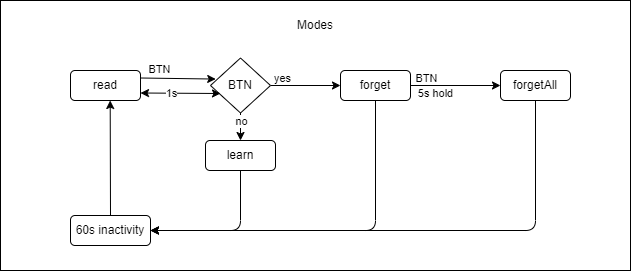
This is button.drawio.png from imanlangarann/rf-control-monitor, a draw.io export, as it was before one commit. Source tidied: cells renumbered, new cells last; positions are measured from the earlier drawing's top-left corner, leaving out a move shared by most shapes. Its diagram source:
```xml
<mxGraphModel>
  <root>
    <mxCell id="0" />
    <mxCell id="1" parent="0" />
    <mxCell id="2" style="rounded=0;whiteSpace=wrap;html=1;" parent="1" vertex="1">
      <mxGeometry width="630" height="270" as="geometry" />
    </mxCell>
    <mxCell id="3" style="edgeStyle=none;html=1;exitX=1;exitY=0.25;exitDx=0;exitDy=0;entryX=0.087;entryY=0.383;entryDx=0;entryDy=0;entryPerimeter=0;" parent="1" edge="1" source="5" target="11">
      <mxGeometry relative="1" as="geometry" />
    </mxCell>
    <mxCell id="4" value="BTN" style="edgeLabel;html=1;align=center;verticalAlign=middle;" parent="3" vertex="1">
      <mxGeometry x="-0.35" y="-1" relative="1" as="geometry">
        <mxPoint x="-5" y="-10" as="offset" />
      </mxGeometry>
    </mxCell>
    <mxCell id="5" value="read" style="rounded=1;whiteSpace=wrap;html=1;" parent="1" vertex="1">
      <mxGeometry x="70" y="70" width="70" height="30" as="geometry" />
    </mxCell>
    <mxCell id="6" value="Modes" style="text;html=1;strokeColor=none;fillColor=none;align=center;verticalAlign=middle;whiteSpace=wrap;rounded=0;" parent="1" vertex="1">
      <mxGeometry x="280" y="10" width="70" height="30" as="geometry" />
    </mxCell>
    <mxCell id="7" style="edgeStyle=none;html=1;exitX=1;exitY=0.5;exitDx=0;exitDy=0;" parent="1" edge="1" source="11" target="18">
      <mxGeometry relative="1" as="geometry" />
    </mxCell>
    <mxCell id="8" value="yes" style="edgeLabel;html=1;align=center;verticalAlign=middle;" parent="7" vertex="1">
      <mxGeometry x="-0.54" y="2" relative="1" as="geometry">
        <mxPoint x="-5" y="-6" as="offset" />
      </mxGeometry>
    </mxCell>
    <mxCell id="9" style="edgeStyle=none;html=1;exitX=0.5;exitY=1;exitDx=0;exitDy=0;entryX=0.5;entryY=0;entryDx=0;entryDy=0;" parent="1" edge="1" source="11" target="13">
      <mxGeometry relative="1" as="geometry" />
    </mxCell>
    <mxCell id="10" value="no" style="edgeLabel;html=1;align=center;verticalAlign=middle;" parent="9" vertex="1">
      <mxGeometry x="-0.62" y="3" relative="1" as="geometry">
        <mxPoint x="-3" y="3" as="offset" />
      </mxGeometry>
    </mxCell>
    <mxCell id="11" value="BTN" style="rhombus;whiteSpace=wrap;html=1;" parent="1" vertex="1">
      <mxGeometry x="210" y="57.5" width="60" height="55" as="geometry" />
    </mxCell>
    <mxCell id="12" style="edgeStyle=none;html=1;exitX=0.5;exitY=1;exitDx=0;exitDy=0;entryX=1;entryY=0.5;entryDx=0;entryDy=0;" parent="1" edge="1" source="13" target="22">
      <mxGeometry relative="1" as="geometry">
        <Array as="points">
          <mxPoint x="240" y="230" />
        </Array>
      </mxGeometry>
    </mxCell>
    <mxCell id="13" value="learn" style="rounded=1;whiteSpace=wrap;html=1;" parent="1" vertex="1">
      <mxGeometry x="205" y="140" width="70" height="30" as="geometry" />
    </mxCell>
    <mxCell id="14" style="edgeStyle=none;html=1;exitX=1;exitY=0.5;exitDx=0;exitDy=0;entryX=0;entryY=0.5;entryDx=0;entryDy=0;" parent="1" edge="1" source="18" target="20">
      <mxGeometry relative="1" as="geometry" />
    </mxCell>
    <mxCell id="15" value="BTN" style="edgeLabel;html=1;align=center;verticalAlign=middle;" parent="14" vertex="1">
      <mxGeometry x="-0.53" y="1" relative="1" as="geometry">
        <mxPoint x="-6" y="-7" as="offset" />
      </mxGeometry>
    </mxCell>
    <mxCell id="16" value="5s hold" style="edgeLabel;html=1;align=center;verticalAlign=middle;" parent="14" vertex="1">
      <mxGeometry x="0.15" relative="1" as="geometry">
        <mxPoint x="-28" y="7" as="offset" />
      </mxGeometry>
    </mxCell>
    <mxCell id="17" style="edgeStyle=none;html=1;exitX=0.5;exitY=1;exitDx=0;exitDy=0;entryX=1;entryY=0.5;entryDx=0;entryDy=0;" parent="1" edge="1" source="18" target="22">
      <mxGeometry relative="1" as="geometry">
        <Array as="points">
          <mxPoint x="375" y="230" />
        </Array>
      </mxGeometry>
    </mxCell>
    <mxCell id="18" value="forget" style="rounded=1;whiteSpace=wrap;html=1;" parent="1" vertex="1">
      <mxGeometry x="340" y="70" width="70" height="30" as="geometry" />
    </mxCell>
    <mxCell id="19" style="edgeStyle=none;html=1;entryX=1;entryY=0.5;entryDx=0;entryDy=0;" parent="1" edge="1" source="20" target="22">
      <mxGeometry relative="1" as="geometry">
        <Array as="points">
          <mxPoint x="535" y="230" />
        </Array>
      </mxGeometry>
    </mxCell>
    <mxCell id="20" value="forgetAll" style="rounded=1;whiteSpace=wrap;html=1;" parent="1" vertex="1">
      <mxGeometry x="500" y="70" width="70" height="30" as="geometry" />
    </mxCell>
    <mxCell id="21" style="edgeStyle=none;html=1;exitX=0.5;exitY=0;exitDx=0;exitDy=0;entryX=0.567;entryY=1;entryDx=0;entryDy=0;entryPerimeter=0;" parent="1" edge="1" source="22" target="5">
      <mxGeometry relative="1" as="geometry" />
    </mxCell>
    <mxCell id="22" value="60s inactivity" style="rounded=1;whiteSpace=wrap;html=1;" parent="1" vertex="1">
      <mxGeometry x="70" y="215" width="80" height="30" as="geometry" />
    </mxCell>
    <mxCell id="23" style="endArrow=classic;startArrow=classic;html=1;exitX=1;exitY=0.75;exitDx=0;exitDy=0;" parent="1" edge="1" source="5">
      <mxGeometry relative="1" as="geometry">
        <mxPoint x="220" y="93" as="targetPoint" />
      </mxGeometry>
    </mxCell>
    <mxCell id="24" value="1s" style="edgeLabel;html=1;align=center;verticalAlign=middle;" parent="23" vertex="1">
      <mxGeometry x="-0.23" relative="1" as="geometry" />
    </mxCell>
  </root>
</mxGraphModel>
```
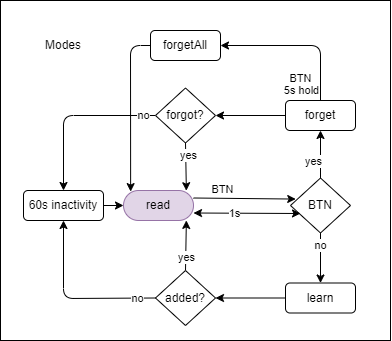
Later version of the same file.

What changed in the source:
```diff
@@ -2,9 +2,9 @@
   <root>
     <mxCell id="0" />
     <mxCell id="1" parent="0" />
-    <mxCell id="2" style="rounded=0;whiteSpace=wrap;html=1;" parent="1" vertex="1">
-      <mxGeometry width="630" height="270" as="geometry" />
-    </mxCell>
+    <mxCell id="25" style="rounded=0;whiteSpace=wrap;html=1;" parent="1" vertex="1">
+      <mxGeometry x="-80" y="-120" width="390" height="340" as="geometry" />
+    </mxCell>
     <mxCell id="3" style="edgeStyle=none;html=1;exitX=1;exitY=0.25;exitDx=0;exitDy=0;entryX=0.087;entryY=0.383;entryDx=0;entryDy=0;entryPerimeter=0;" parent="1" edge="1" source="5" target="11">
       <mxGeometry relative="1" as="geometry" />
     </mxCell>
@@ -13,13 +13,13 @@
         <mxPoint x="-5" y="-10" as="offset" />
       </mxGeometry>
     </mxCell>
-    <mxCell id="5" value="read" style="rounded=1;whiteSpace=wrap;html=1;" parent="1" vertex="1">
-      <mxGeometry x="70" y="70" width="70" height="30" as="geometry" />
+    <mxCell id="5" value="read" style="rounded=1;whiteSpace=wrap;html=1;fillColor=#e1d5e7;strokeColor=#9673a6;arcSize=50;" parent="1" vertex="1">
+      <mxGeometry x="43" y="70" width="70" height="30" as="geometry" />
     </mxCell>
     <mxCell id="6" value="Modes" style="text;html=1;strokeColor=none;fillColor=none;align=center;verticalAlign=middle;whiteSpace=wrap;rounded=0;" parent="1" vertex="1">
-      <mxGeometry x="280" y="10" width="70" height="30" as="geometry" />
+      <mxGeometry x="-52" y="-90" width="70" height="30" as="geometry" />
     </mxCell>
-    <mxCell id="7" style="edgeStyle=none;html=1;exitX=1;exitY=0.5;exitDx=0;exitDy=0;" parent="1" edge="1" source="11" target="18">
+    <mxCell id="7" style="edgeStyle=none;html=1;exitX=0.5;exitY=0;exitDx=0;exitDy=0;" parent="1" edge="1" source="11" target="18">
       <mxGeometry relative="1" as="geometry" />
     </mxCell>
     <mxCell id="8" value="yes" style="edgeLabel;html=1;align=center;verticalAlign=middle;" parent="7" vertex="1">
@@ -38,54 +38,50 @@
     <mxCell id="11" value="BTN" style="rhombus;whiteSpace=wrap;html=1;" parent="1" vertex="1">
       <mxGeometry x="210" y="57.5" width="60" height="55" as="geometry" />
     </mxCell>
-    <mxCell id="12" style="edgeStyle=none;html=1;exitX=0.5;exitY=1;exitDx=0;exitDy=0;entryX=1;entryY=0.5;entryDx=0;entryDy=0;" parent="1" edge="1" source="13" target="22">
-      <mxGeometry relative="1" as="geometry">
-        <Array as="points">
-          <mxPoint x="240" y="230" />
-        </Array>
-      </mxGeometry>
-    </mxCell>
+    <mxCell id="26" style="edgeStyle=none;html=1;exitX=0;exitY=0.5;exitDx=0;exitDy=0;entryX=1;entryY=0.5;entryDx=0;entryDy=0;" parent="1" edge="1" source="13" target="33">
+      <mxGeometry relative="1" as="geometry" />
+    </mxCell>
     <mxCell id="13" value="learn" style="rounded=1;whiteSpace=wrap;html=1;" parent="1" vertex="1">
-      <mxGeometry x="205" y="140" width="70" height="30" as="geometry" />
+      <mxGeometry x="205" y="162.5" width="70" height="30" as="geometry" />
     </mxCell>
-    <mxCell id="14" style="edgeStyle=none;html=1;exitX=1;exitY=0.5;exitDx=0;exitDy=0;entryX=0;entryY=0.5;entryDx=0;entryDy=0;" parent="1" edge="1" source="18" target="20">
-      <mxGeometry relative="1" as="geometry" />
+    <mxCell id="14" style="edgeStyle=none;html=1;exitX=0.5;exitY=0;exitDx=0;exitDy=0;entryX=1;entryY=0.5;entryDx=0;entryDy=0;" parent="1" edge="1" source="18" target="20">
+      <mxGeometry relative="1" as="geometry">
+        <Array as="points">
+          <mxPoint x="240" y="-75" />
+        </Array>
+      </mxGeometry>
     </mxCell>
     <mxCell id="15" value="BTN" style="edgeLabel;html=1;align=center;verticalAlign=middle;" parent="14" vertex="1">
       <mxGeometry x="-0.53" y="1" relative="1" as="geometry">
-        <mxPoint x="-6" y="-7" as="offset" />
+        <mxPoint x="-19" y="14" as="offset" />
       </mxGeometry>
     </mxCell>
     <mxCell id="16" value="5s hold" style="edgeLabel;html=1;align=center;verticalAlign=middle;" parent="14" vertex="1">
       <mxGeometry x="0.15" relative="1" as="geometry">
-        <mxPoint x="-28" y="7" as="offset" />
+        <mxPoint x="15" y="45" as="offset" />
       </mxGeometry>
     </mxCell>
-    <mxCell id="17" style="edgeStyle=none;html=1;exitX=0.5;exitY=1;exitDx=0;exitDy=0;entryX=1;entryY=0.5;entryDx=0;entryDy=0;" parent="1" edge="1" source="18" target="22">
-      <mxGeometry relative="1" as="geometry">
-        <Array as="points">
-          <mxPoint x="375" y="230" />
-        </Array>
-      </mxGeometry>
-    </mxCell>
+    <mxCell id="27" style="edgeStyle=none;html=1;exitX=0;exitY=0.5;exitDx=0;exitDy=0;entryX=1;entryY=0.5;entryDx=0;entryDy=0;" parent="1" edge="1" source="18" target="38">
+      <mxGeometry relative="1" as="geometry" />
+    </mxCell>
     <mxCell id="18" value="forget" style="rounded=1;whiteSpace=wrap;html=1;" parent="1" vertex="1">
-      <mxGeometry x="340" y="70" width="70" height="30" as="geometry" />
+      <mxGeometry x="205" y="-20" width="70" height="30" as="geometry" />
     </mxCell>
-    <mxCell id="19" style="edgeStyle=none;html=1;entryX=1;entryY=0.5;entryDx=0;entryDy=0;" parent="1" edge="1" source="20" target="22">
-      <mxGeometry relative="1" as="geometry">
-        <Array as="points">
-          <mxPoint x="535" y="230" />
-        </Array>
-      </mxGeometry>
-    </mxCell>
+    <mxCell id="28" style="edgeStyle=none;html=1;entryX=0.102;entryY=0.037;entryDx=0;entryDy=0;entryPerimeter=0;exitX=0;exitY=0.5;exitDx=0;exitDy=0;" parent="1" edge="1" source="20" target="5">
+      <mxGeometry relative="1" as="geometry">
+        <Array as="points">
+          <mxPoint x="50" y="-75" />
+        </Array>
+      </mxGeometry>
+    </mxCell>
     <mxCell id="20" value="forgetAll" style="rounded=1;whiteSpace=wrap;html=1;" parent="1" vertex="1">
-      <mxGeometry x="500" y="70" width="70" height="30" as="geometry" />
+      <mxGeometry x="70" y="-90" width="70" height="30" as="geometry" />
     </mxCell>
-    <mxCell id="21" style="edgeStyle=none;html=1;exitX=0.5;exitY=0;exitDx=0;exitDy=0;entryX=0.567;entryY=1;entryDx=0;entryDy=0;entryPerimeter=0;" parent="1" edge="1" source="22" target="5">
+    <mxCell id="21" style="edgeStyle=none;html=1;exitX=1;exitY=0.5;exitDx=0;exitDy=0;" parent="1" edge="1" source="22" target="5">
       <mxGeometry relative="1" as="geometry" />
     </mxCell>
     <mxCell id="22" value="60s inactivity" style="rounded=1;whiteSpace=wrap;html=1;" parent="1" vertex="1">
-      <mxGeometry x="70" y="215" width="80" height="30" as="geometry" />
+      <mxGeometry x="-57" y="70" width="80" height="30" as="geometry" />
     </mxCell>
     <mxCell id="23" style="endArrow=classic;startArrow=classic;html=1;exitX=1;exitY=0.75;exitDx=0;exitDy=0;" parent="1" edge="1" source="5">
       <mxGeometry relative="1" as="geometry">
@@ -95,5 +91,49 @@
     <mxCell id="24" value="1s" style="edgeLabel;html=1;align=center;verticalAlign=middle;" parent="23" vertex="1">
       <mxGeometry x="-0.23" relative="1" as="geometry" />
     </mxCell>
+    <mxCell id="29" style="edgeStyle=none;html=1;entryX=0.898;entryY=0.997;entryDx=0;entryDy=0;exitX=0.5;exitY=0;exitDx=0;exitDy=0;entryPerimeter=0;" parent="1" edge="1" source="33" target="5">
+      <mxGeometry relative="1" as="geometry" />
+    </mxCell>
+    <mxCell id="30" value="yes" style="edgeLabel;html=1;align=center;verticalAlign=middle;" parent="29" vertex="1">
+      <mxGeometry x="-0.46" y="1" relative="1" as="geometry">
+        <mxPoint x="1" as="offset" />
+      </mxGeometry>
+    </mxCell>
+    <mxCell id="31" style="edgeStyle=none;html=1;exitX=0;exitY=0.5;exitDx=0;exitDy=0;" parent="1" edge="1" source="33" target="22">
+      <mxGeometry relative="1" as="geometry">
+        <Array as="points">
+          <mxPoint x="-17" y="178" />
+        </Array>
+      </mxGeometry>
+    </mxCell>
+    <mxCell id="32" value="no" style="edgeLabel;html=1;align=center;verticalAlign=middle;" parent="31" vertex="1">
+      <mxGeometry x="-0.3" relative="1" as="geometry">
+        <mxPoint x="42" as="offset" />
+      </mxGeometry>
+    </mxCell>
+    <mxCell id="33" value="added?" style="rhombus;whiteSpace=wrap;html=1;" parent="1" vertex="1">
+      <mxGeometry x="75" y="150" width="60" height="55" as="geometry" />
+    </mxCell>
+    <mxCell id="34" style="edgeStyle=none;html=1;exitX=0.5;exitY=1;exitDx=0;exitDy=0;entryX=0.898;entryY=0.007;entryDx=0;entryDy=0;entryPerimeter=0;" parent="1" edge="1" source="38" target="5">
+      <mxGeometry relative="1" as="geometry" />
+    </mxCell>
+    <mxCell id="35" value="yes" style="edgeLabel;html=1;align=center;verticalAlign=middle;" parent="34" vertex="1">
+      <mxGeometry x="-0.5" y="2" relative="1" as="geometry" />
+    </mxCell>
+    <mxCell id="36" style="edgeStyle=none;html=1;exitX=0;exitY=0.5;exitDx=0;exitDy=0;entryX=0.5;entryY=0;entryDx=0;entryDy=0;" parent="1" edge="1" source="38" target="22">
+      <mxGeometry relative="1" as="geometry">
+        <Array as="points">
+          <mxPoint x="-17" y="-5" />
+        </Array>
+      </mxGeometry>
+    </mxCell>
+    <mxCell id="37" value="no" style="edgeLabel;html=1;align=center;verticalAlign=middle;" parent="36" vertex="1">
+      <mxGeometry x="-0.77" relative="1" as="geometry">
+        <mxPoint x="7" as="offset" />
+      </mxGeometry>
+    </mxCell>
+    <mxCell id="38" value="forgot?" style="rhombus;whiteSpace=wrap;html=1;" parent="1" vertex="1">
+      <mxGeometry x="75" y="-32.5" width="60" height="55" as="geometry" />
+    </mxCell>
   </root>
 </mxGraphModel>
```
